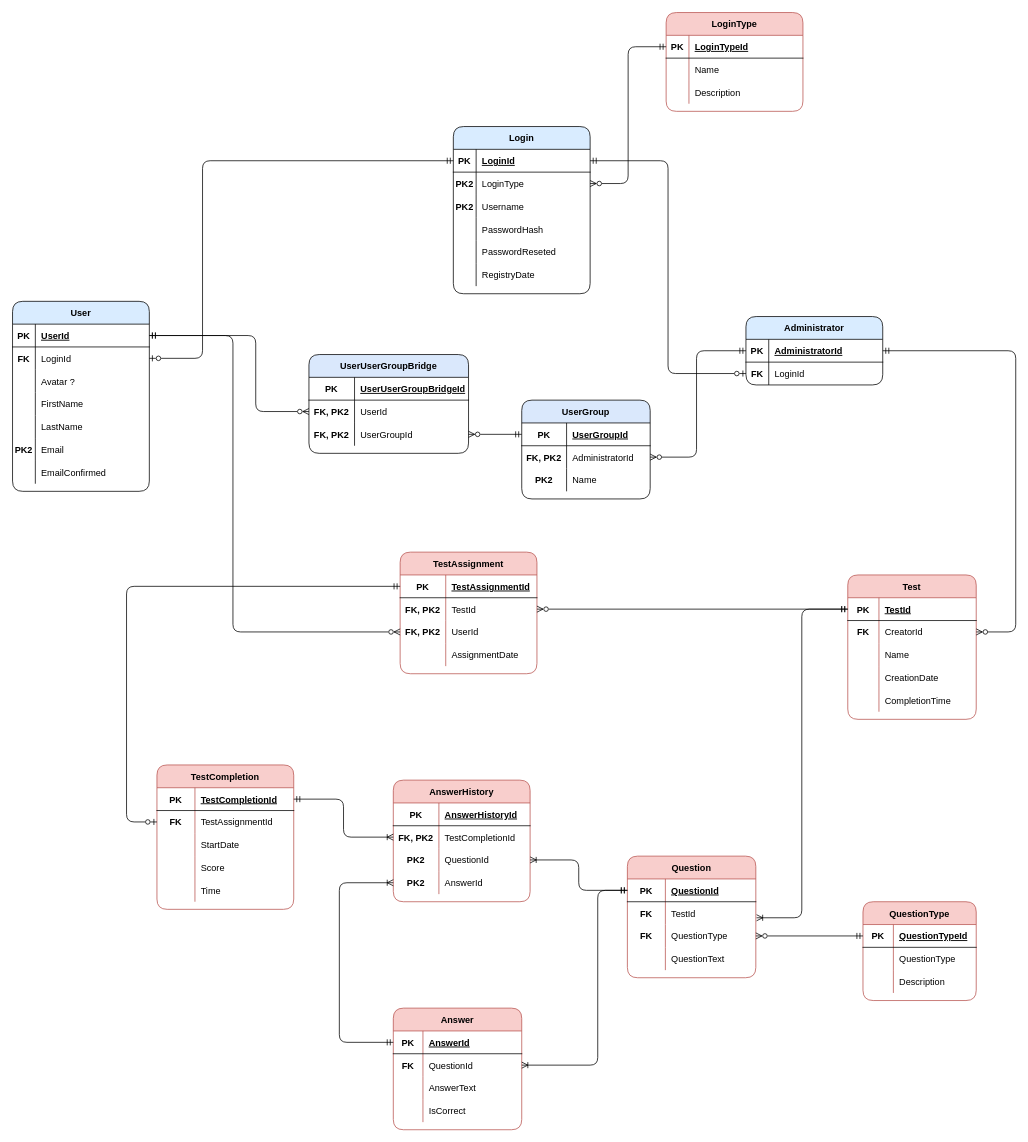
The draw.io diagram Database/Diagrams/TestPointERD.drawio in denleo/TestPoint, before the edit. Source tidied: cells renumbered, new cells numbered last; positions are measured from the earlier drawing's top-left corner, leaving out a move shared by most shapes. Both pictures are drawn from the tidied source at 76%, with x=0, y=0 at pixel (12, 12).
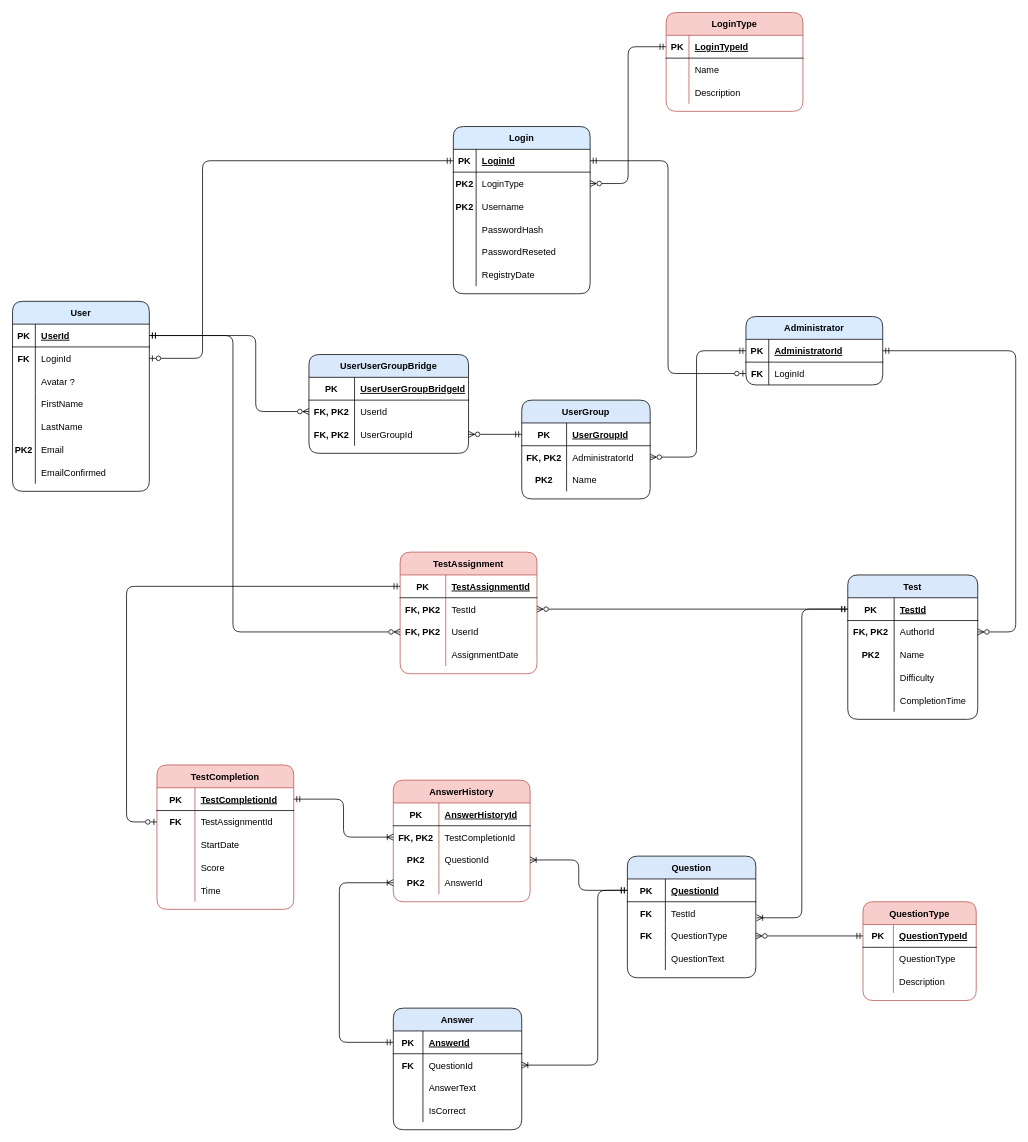
The same diagram, later.

Change to the diagram source:
```diff
@@
-    <mxCell id="86" value="Test" style="shape=table;startSize=30;childLayout=tableLayout;rowLines=0;fontStyle=1;align=center;fillStyle=solid;fillColor=#f8cecc;rounded=1;strokeColor=#b85450;" parent="1" vertex="1">
-      <mxGeometry x="1099" y="740" width="169" height="190" as="geometry" />
+    <mxCell id="86" value="Test" style="shape=table;startSize=30;childLayout=tableLayout;rowLines=0;fontStyle=1;align=center;fillStyle=solid;fillColor=#dae8fc;rounded=1;strokeColor=#000000;" parent="1" vertex="1">
+      <mxGeometry x="1099" y="740" width="171" height="190" as="geometry" />
     </mxCell>
     <mxCell id="87" style="shape=tableRow;horizontal=0;startSize=0;swimlaneHead=0;swimlaneBody=0;fillColor=none;points=[[0,0.5],[1,0.5]];portConstraint=eastwest;top=0;left=0;right=0;bottom=1;" parent="86" vertex="1">
-      <mxGeometry y="30" width="169" height="30" as="geometry" />
+      <mxGeometry y="30" width="171" height="30" as="geometry" />
     </mxCell>
     <mxCell id="88" value="PK" style="shape=partialRectangle;fillColor=none;top=0;left=0;bottom=0;right=0;fontStyle=1;overflow=hidden;" parent="87" vertex="1">
-      <mxGeometry width="41" height="30" as="geometry" />
+      <mxGeometry width="61" height="30" as="geometry" />
     </mxCell>
     <mxCell id="89" value="TestId" style="shape=partialRectangle;fillColor=none;top=0;left=0;bottom=0;right=0;align=left;spacingLeft=6;fontStyle=5;overflow=hidden;" parent="87" vertex="1">
-      <mxGeometry x="41" width="128" height="30" as="geometry" />
+      <mxGeometry x="61" width="110" height="30" as="geometry" />
     </mxCell>
     <mxCell id="90" style="shape=tableRow;horizontal=0;startSize=0;swimlaneHead=0;swimlaneBody=0;fillColor=none;points=[[0,0.5],[1,0.5]];portConstraint=eastwest;top=0;left=0;right=0;bottom=0;" parent="86" vertex="1">
-      <mxGeometry y="60" width="169" height="30" as="geometry" />
+      <mxGeometry y="60" width="171" height="30" as="geometry" />
     </mxCell>
-    <mxCell id="91" value="FK" style="shape=partialRectangle;fillColor=none;top=0;left=0;bottom=0;right=0;overflow=hidden;fontStyle=1;" parent="90" vertex="1">
-      <mxGeometry width="41" height="30" as="geometry" />
+    <mxCell id="91" value="FK, PK2" style="shape=partialRectangle;fillColor=none;top=0;left=0;bottom=0;right=0;overflow=hidden;fontStyle=1;" parent="90" vertex="1">
+      <mxGeometry width="61" height="30" as="geometry" />
     </mxCell>
-    <mxCell id="92" value="CreatorId" style="shape=partialRectangle;fillColor=none;top=0;left=0;bottom=0;right=0;align=left;spacingLeft=6;overflow=hidden;" parent="90" vertex="1">
-      <mxGeometry x="41" width="128" height="30" as="geometry" />
+    <mxCell id="92" value="AuthorId" style="shape=partialRectangle;fillColor=none;top=0;left=0;bottom=0;right=0;align=left;spacingLeft=6;overflow=hidden;" parent="90" vertex="1">
+      <mxGeometry x="61" width="110" height="30" as="geometry" />
     </mxCell>
     <mxCell id="93" style="shape=tableRow;horizontal=0;startSize=0;swimlaneHead=0;swimlaneBody=0;fillColor=none;top=0;left=0;right=0;bottom=0;" parent="86" vertex="1">
-      <mxGeometry y="90" width="169" height="30" as="geometry" />
+      <mxGeometry y="90" width="171" height="30" as="geometry" />
     </mxCell>
-    <mxCell id="94" style="shape=partialRectangle;fillColor=none;top=0;left=0;bottom=0;right=0;overflow=hidden;fontStyle=1;" parent="93" vertex="1">
-      <mxGeometry width="41" height="30" as="geometry" />
+    <mxCell id="94" value="PK2" style="shape=partialRectangle;fillColor=none;top=0;left=0;bottom=0;right=0;overflow=hidden;fontStyle=1;" parent="93" vertex="1">
+      <mxGeometry width="61" height="30" as="geometry" />
     </mxCell>
     <mxCell id="95" value="Name" style="shape=partialRectangle;fillColor=none;top=0;left=0;bottom=0;right=0;align=left;spacingLeft=6;overflow=hidden;" parent="93" vertex="1">
-      <mxGeometry x="41" width="128" height="30" as="geometry" />
+      <mxGeometry x="61" width="110" height="30" as="geometry" />
     </mxCell>
-    <mxCell id="96" style="shape=tableRow;horizontal=0;startSize=0;swimlaneHead=0;swimlaneBody=0;fillColor=none;top=0;left=0;right=0;bottom=0;" parent="86" vertex="1">
-      <mxGeometry y="120" width="169" height="30" as="geometry" />
-    </mxCell>
-    <mxCell id="97" style="shape=partialRectangle;fillColor=none;top=0;left=0;bottom=0;right=0;overflow=hidden;fontStyle=1;" parent="96" vertex="1">
-      <mxGeometry width="41" height="30" as="geometry" />
-    </mxCell>
-    <mxCell id="98" value="CreationDate" style="shape=partialRectangle;fillColor=none;top=0;left=0;bottom=0;right=0;align=left;spacingLeft=6;overflow=hidden;" parent="96" vertex="1">
-      <mxGeometry x="41" width="128" height="30" as="geometry" />
-    </mxCell>
+    <mxCell id="190" style="shape=tableRow;horizontal=0;startSize=0;swimlaneHead=0;swimlaneBody=0;fillColor=none;top=0;left=0;right=0;bottom=0;" parent="86" vertex="1">
+      <mxGeometry y="120" width="171" height="30" as="geometry" />
+    </mxCell>
+    <mxCell id="191" style="shape=partialRectangle;fillColor=none;top=0;left=0;bottom=0;right=0;overflow=hidden;fontStyle=1;" parent="190" vertex="1">
+      <mxGeometry width="61" height="30" as="geometry" />
+    </mxCell>
+    <mxCell id="192" value="Difficulty" style="shape=partialRectangle;fillColor=none;top=0;left=0;bottom=0;right=0;align=left;spacingLeft=6;overflow=hidden;" parent="190" vertex="1">
+      <mxGeometry x="61" width="110" height="30" as="geometry" />
+    </mxCell>
     <mxCell id="99" style="shape=tableRow;horizontal=0;startSize=0;swimlaneHead=0;swimlaneBody=0;fillColor=none;top=0;left=0;right=0;bottom=0;" parent="86" vertex="1">
-      <mxGeometry y="150" width="169" height="30" as="geometry" />
+      <mxGeometry y="150" width="171" height="30" as="geometry" />
     </mxCell>
     <mxCell id="100" style="shape=partialRectangle;fillColor=none;top=0;left=0;bottom=0;right=0;overflow=hidden;fontStyle=1;" parent="99" vertex="1">
-      <mxGeometry width="41" height="30" as="geometry" />
+      <mxGeometry width="61" height="30" as="geometry" />
     </mxCell>
     <mxCell id="101" value="CompletionTime" style="shape=partialRectangle;fillColor=none;top=0;left=0;bottom=0;right=0;align=left;spacingLeft=6;overflow=hidden;" parent="99" vertex="1">
-      <mxGeometry x="41" width="128" height="30" as="geometry" />
+      <mxGeometry x="61" width="110" height="30" as="geometry" />
     </mxCell>
@@
-    <mxCell id="103" value="Question" style="shape=table;startSize=30;childLayout=tableLayout;rowLines=0;fontStyle=1;align=center;fillStyle=solid;fillColor=#f8cecc;rounded=1;strokeColor=#b85450;" parent="1" vertex="1">
+    <mxCell id="103" value="Question" style="shape=table;startSize=30;childLayout=tableLayout;rowLines=0;fontStyle=1;align=center;fillStyle=solid;fillColor=#dae8fc;rounded=1;strokeColor=#000000;" parent="1" vertex="1">
       <mxGeometry x="809" y="1110" width="169" height="160" as="geometry" />
     </mxCell>
@@
-    <mxCell id="128" value="Answer" style="shape=table;startSize=30;childLayout=tableLayout;rowLines=0;fontStyle=1;align=center;fillStyle=solid;fillColor=#f8cecc;rounded=1;strokeColor=#b85450;" parent="1" vertex="1">
+    <mxCell id="128" value="Answer" style="shape=table;startSize=30;childLayout=tableLayout;rowLines=0;fontStyle=1;align=center;fillStyle=solid;fillColor=#dae8fc;rounded=1;strokeColor=#000000;" parent="1" vertex="1">
       <mxGeometry x="501" y="1310" width="169" height="160" as="geometry" />
     </mxCell>
```
